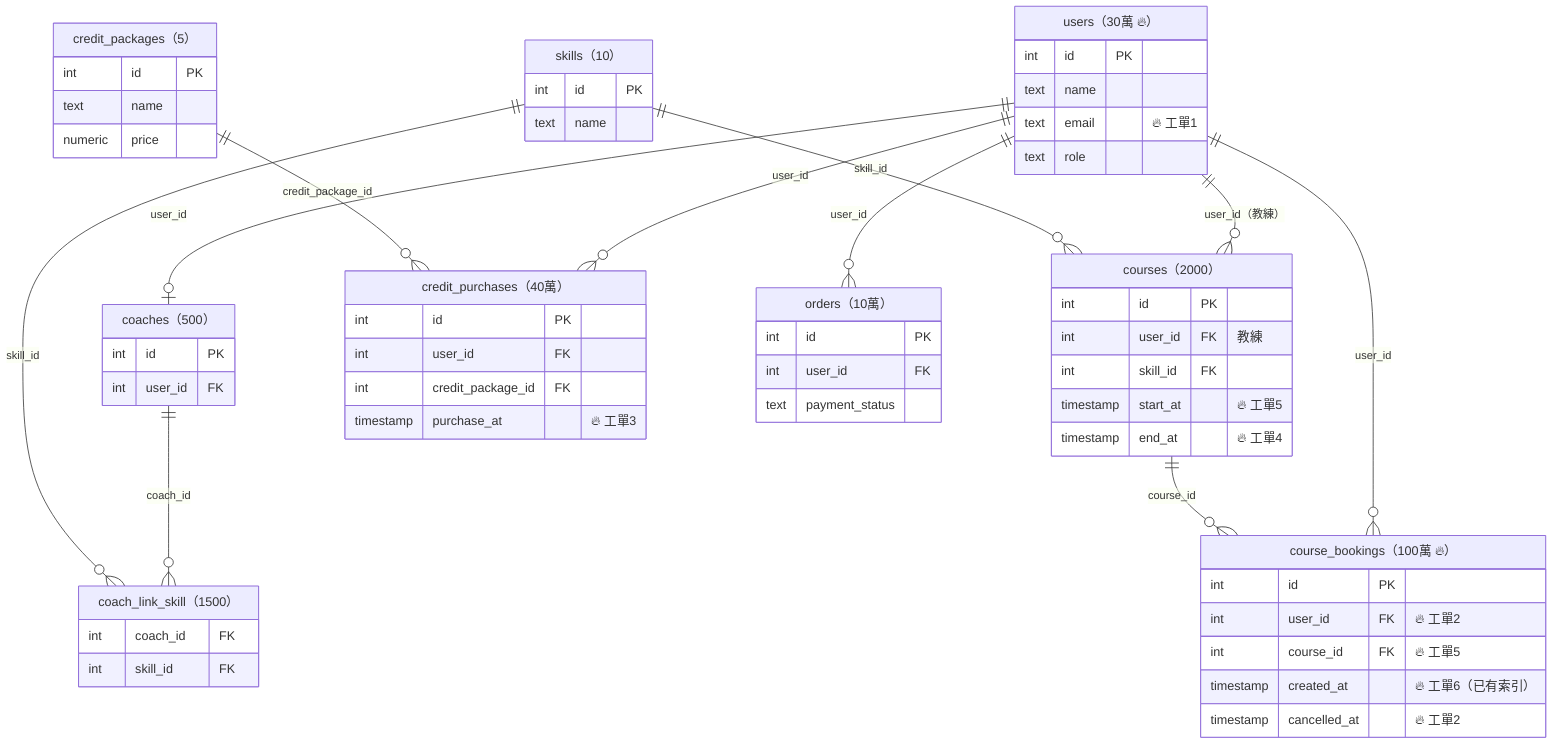
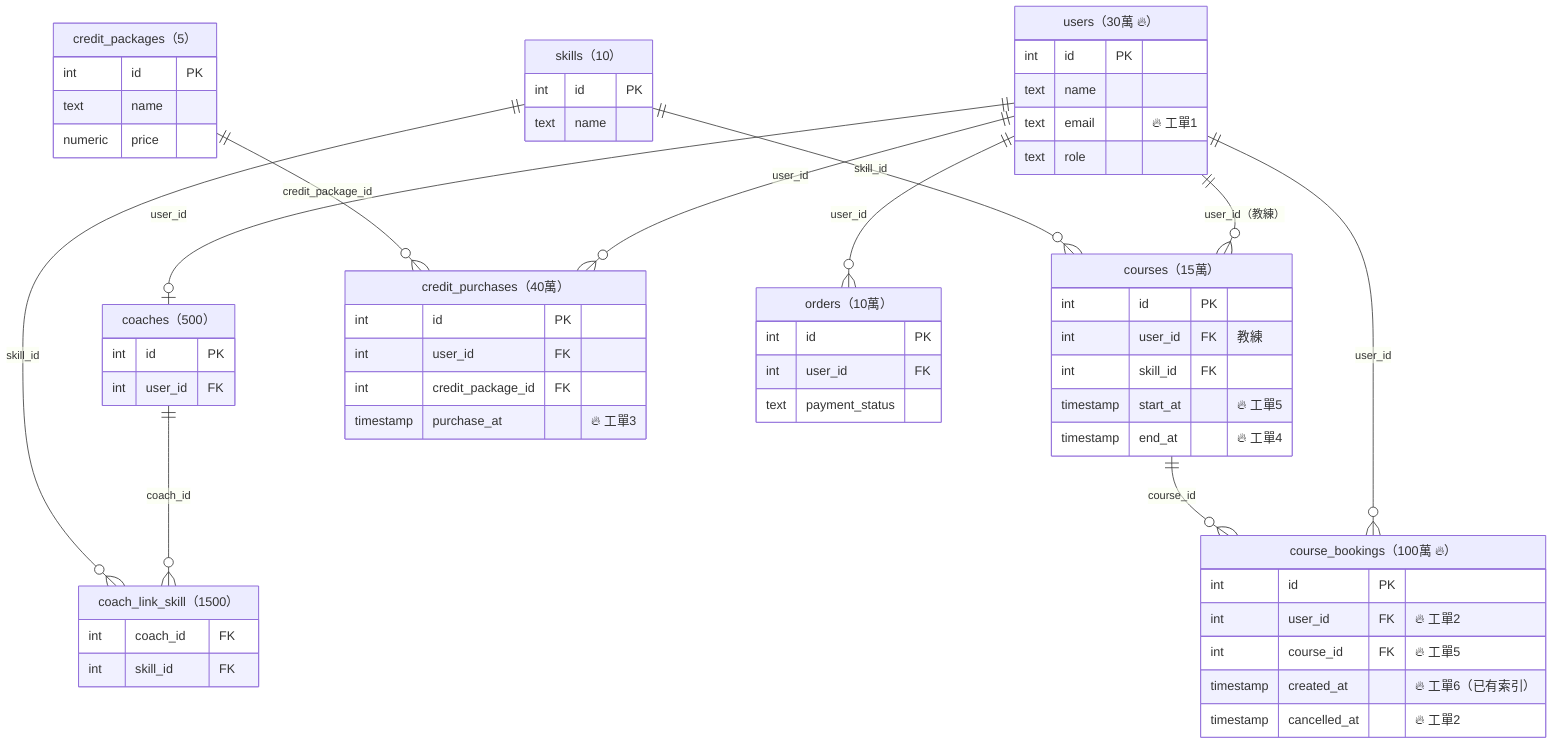
erDiagram
    users["users（30萬 🔥）"] {
        int id PK
        text name
        text email "🔥 工單1"
        text role
    }
    coaches["coaches（500）"] {
        int id PK
        int user_id FK
    }
    skills["skills（10）"] {
        int id PK
        text name
    }
    coach_link_skill["coach_link_skill（1500）"] {
        int coach_id FK
        int skill_id FK
    }
-     courses["courses（2000）"] {
+     courses["courses（15萬）"] {
        int id PK
        int user_id FK "教練"
        int skill_id FK
        timestamp start_at "🔥 工單5"
        timestamp end_at "🔥 工單4"
    }
    course_bookings["course_bookings（100萬 🔥）"] {
        int id PK
        int user_id FK "🔥 工單2"
        int course_id FK "🔥 工單5"
        timestamp created_at "🔥 工單6（已有索引）"
        timestamp cancelled_at "🔥 工單2"
    }
    credit_packages["credit_packages（5）"] {
        int id PK
        text name
        numeric price
    }
    credit_purchases["credit_purchases（40萬）"] {
        int id PK
        int user_id FK
        int credit_package_id FK
        timestamp purchase_at "🔥 工單3"
    }
    orders["orders（10萬）"] {
        int id PK
        int user_id FK
        text payment_status
    }

    users ||--o| coaches : "user_id"
    coaches ||--o{ coach_link_skill : "coach_id"
    skills ||--o{ coach_link_skill : "skill_id"
    users ||--o{ courses : "user_id（教練）"
    skills ||--o{ courses : "skill_id"
    users ||--o{ course_bookings : "user_id"
    courses ||--o{ course_bookings : "course_id"
    users ||--o{ credit_purchases : "user_id"
    credit_packages ||--o{ credit_purchases : "credit_package_id"
    users ||--o{ orders : "user_id"
